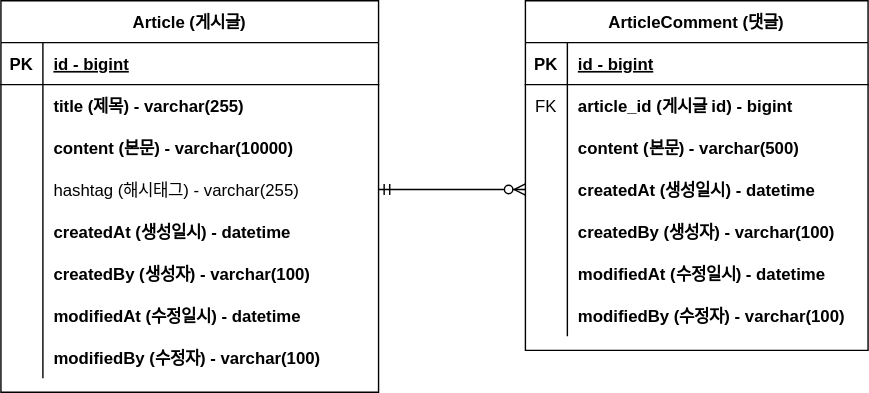
This is document/project-board-erd.svg from woong99/fastcampus-project-board, a draw.io export, as it was before one commit. Source tidied: cells renumbered, new cells last; positions are measured from the earlier drawing's top-left corner, leaving out a move shared by most shapes.
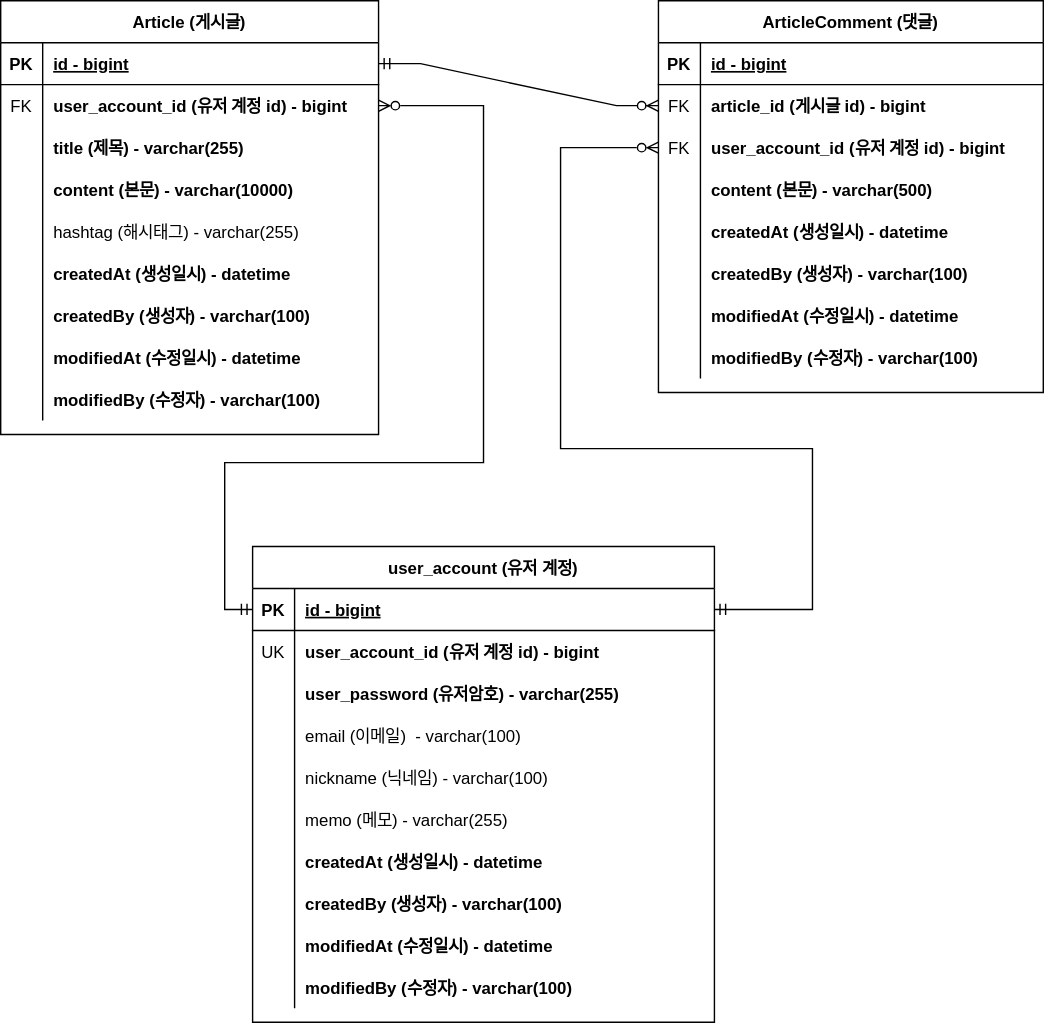
After the change.

Commit message:
#23 - 회원 계정 도메인 구현: project-board-erd.svg 업데이트

What changed in the source:
```diff
@@ -5,3 +5,3 @@
     <mxCell id="2" value="Article (게시글)" style="shape=table;startSize=30;rowLines=0;fontStyle=1;align=center;" parent="1" vertex="1">
-      <mxGeometry width="270" height="280" as="geometry" />
+      <mxGeometry width="270" height="310" as="geometry" />
     </mxCell>
@@ -19,10 +19,19 @@
     </mxCell>
-    <mxCell id="7" style="shape=partialRectangle;fillColor=none;top=0;left=0;bottom=0;right=0;overflow=hidden;" parent="6" vertex="1">
+    <mxCell id="7" value="FK" style="shape=partialRectangle;fillColor=none;top=0;left=0;bottom=0;right=0;overflow=hidden;" parent="6" vertex="1">
       <mxGeometry width="30" height="30" as="geometry" />
     </mxCell>
-    <mxCell id="8" value="title (제목) - varchar(255)" style="shape=partialRectangle;fillColor=none;top=0;left=0;bottom=0;right=0;align=left;spacingLeft=6;overflow=hidden;fontStyle=1;" parent="6" vertex="1">
+    <mxCell id="8" value="user_account_id (유저 계정 id) - bigint" style="shape=partialRectangle;fillColor=none;top=0;left=0;bottom=0;right=0;align=left;spacingLeft=6;overflow=hidden;fontStyle=1;" parent="6" vertex="1">
       <mxGeometry x="30" width="240" height="30" as="geometry" />
     </mxCell>
+    <mxCell id="50" style="shape=tableRow;horizontal=0;startSize=0;swimlaneHead=0;swimlaneBody=0;fillColor=none;top=0;left=0;right=0;bottom=0;" parent="2" vertex="1">
+      <mxGeometry y="90" width="270" height="30" as="geometry" />
+    </mxCell>
+    <mxCell id="51" style="shape=partialRectangle;fillColor=none;top=0;left=0;bottom=0;right=0;overflow=hidden;" parent="50" vertex="1">
+      <mxGeometry width="30" height="30" as="geometry" />
+    </mxCell>
+    <mxCell id="52" value="title (제목) - varchar(255)" style="shape=partialRectangle;fillColor=none;top=0;left=0;bottom=0;right=0;align=left;spacingLeft=6;overflow=hidden;fontStyle=1;" parent="50" vertex="1">
+      <mxGeometry x="30" width="240" height="30" as="geometry" />
+    </mxCell>
     <mxCell id="9" style="shape=tableRow;horizontal=0;startSize=0;swimlaneHead=0;swimlaneBody=0;fillColor=none;top=0;left=0;right=0;bottom=0;" parent="2" vertex="1">
-      <mxGeometry y="90" width="270" height="30" as="geometry" />
+      <mxGeometry y="120" width="270" height="30" as="geometry" />
     </mxCell>
@@ -35,3 +44,3 @@
     <mxCell id="12" style="shape=tableRow;horizontal=0;startSize=0;swimlaneHead=0;swimlaneBody=0;fillColor=none;points=[[0,0.5],[1,0.5]];portConstraint=eastwest;top=0;left=0;right=0;bottom=0;" parent="2" vertex="1">
-      <mxGeometry y="120" width="270" height="30" as="geometry" />
+      <mxGeometry y="150" width="270" height="30" as="geometry" />
     </mxCell>
@@ -44,3 +53,3 @@
     <mxCell id="15" style="shape=tableRow;horizontal=0;startSize=0;swimlaneHead=0;swimlaneBody=0;fillColor=none;top=0;left=0;right=0;bottom=0;" parent="2" vertex="1">
-      <mxGeometry y="150" width="270" height="30" as="geometry" />
+      <mxGeometry y="180" width="270" height="30" as="geometry" />
     </mxCell>
@@ -53,3 +62,3 @@
     <mxCell id="18" style="shape=tableRow;horizontal=0;startSize=0;swimlaneHead=0;swimlaneBody=0;fillColor=none;top=0;left=0;right=0;bottom=0;" parent="2" vertex="1">
-      <mxGeometry y="180" width="270" height="30" as="geometry" />
+      <mxGeometry y="210" width="270" height="30" as="geometry" />
     </mxCell>
@@ -62,3 +71,3 @@
     <mxCell id="21" style="shape=tableRow;horizontal=0;startSize=0;swimlaneHead=0;swimlaneBody=0;fillColor=none;top=0;left=0;right=0;bottom=0;" parent="2" vertex="1">
-      <mxGeometry y="210" width="270" height="30" as="geometry" />
+      <mxGeometry y="240" width="270" height="30" as="geometry" />
     </mxCell>
@@ -71,3 +80,3 @@
     <mxCell id="24" style="shape=tableRow;horizontal=0;startSize=0;swimlaneHead=0;swimlaneBody=0;fillColor=none;top=0;left=0;right=0;bottom=0;" parent="2" vertex="1">
-      <mxGeometry y="240" width="270" height="30" as="geometry" />
+      <mxGeometry y="270" width="270" height="30" as="geometry" />
     </mxCell>
@@ -80,6 +89,6 @@
     <mxCell id="27" value="ArticleComment (댓글)" style="shape=table;startSize=30;rowLines=0;fontStyle=1;align=center;" parent="1" vertex="1">
-      <mxGeometry x="375" width="245" height="250" as="geometry" />
+      <mxGeometry x="470" width="275" height="280" as="geometry" />
     </mxCell>
     <mxCell id="28" style="shape=tableRow;horizontal=0;startSize=0;swimlaneHead=0;swimlaneBody=0;fillColor=none;top=0;left=0;right=0;bottom=1;" parent="27" vertex="1">
-      <mxGeometry y="30" width="245" height="30" as="geometry" />
+      <mxGeometry y="30" width="275" height="30" as="geometry" />
     </mxCell>
@@ -89,6 +98,6 @@
     <mxCell id="30" value="id - bigint" style="shape=partialRectangle;fillColor=none;top=0;left=0;bottom=0;right=0;align=left;spacingLeft=6;fontStyle=5;overflow=hidden;" parent="28" vertex="1">
-      <mxGeometry x="30" width="215" height="30" as="geometry" />
+      <mxGeometry x="30" width="245" height="30" as="geometry" />
     </mxCell>
     <mxCell id="31" style="shape=tableRow;horizontal=0;startSize=0;swimlaneHead=0;swimlaneBody=0;fillColor=none;points=[[0,0.5],[1,0.5]];portConstraint=eastwest;top=0;left=0;right=0;bottom=0;" parent="27" vertex="1">
-      <mxGeometry y="60" width="245" height="30" as="geometry" />
+      <mxGeometry y="60" width="275" height="30" as="geometry" />
     </mxCell>
@@ -98,6 +107,15 @@
     <mxCell id="33" value="article_id (게시글 id) - bigint" style="shape=partialRectangle;fillColor=none;top=0;left=0;bottom=0;right=0;align=left;spacingLeft=6;overflow=hidden;fontStyle=1;" parent="31" vertex="1">
-      <mxGeometry x="30" width="215" height="30" as="geometry" />
+      <mxGeometry x="30" width="245" height="30" as="geometry" />
     </mxCell>
+    <mxCell id="53" style="shape=tableRow;horizontal=0;startSize=0;swimlaneHead=0;swimlaneBody=0;fillColor=none;points=[[0,0.5],[1,0.5]];portConstraint=eastwest;top=0;left=0;right=0;bottom=0;" parent="27" vertex="1">
+      <mxGeometry y="90" width="275" height="30" as="geometry" />
+    </mxCell>
+    <mxCell id="54" value="FK" style="shape=partialRectangle;fillColor=none;top=0;left=0;bottom=0;right=0;overflow=hidden;" parent="53" vertex="1">
+      <mxGeometry width="30" height="30" as="geometry" />
+    </mxCell>
+    <mxCell id="55" value="user_account_id (유저 계정 id) - bigint" style="shape=partialRectangle;fillColor=none;top=0;left=0;bottom=0;right=0;align=left;spacingLeft=6;overflow=hidden;fontStyle=1;" parent="53" vertex="1">
+      <mxGeometry x="30" width="245" height="30" as="geometry" />
+    </mxCell>
     <mxCell id="34" style="shape=tableRow;horizontal=0;startSize=0;swimlaneHead=0;swimlaneBody=0;fillColor=none;top=0;left=0;right=0;bottom=0;" parent="27" vertex="1">
-      <mxGeometry y="90" width="245" height="30" as="geometry" />
+      <mxGeometry y="120" width="275" height="30" as="geometry" />
     </mxCell>
@@ -107,6 +125,6 @@
     <mxCell id="36" value="content (본문) - varchar(500)" style="shape=partialRectangle;fillColor=none;top=0;left=0;bottom=0;right=0;align=left;spacingLeft=6;overflow=hidden;fontStyle=1;" parent="34" vertex="1">
-      <mxGeometry x="30" width="215" height="30" as="geometry" />
+      <mxGeometry x="30" width="245" height="30" as="geometry" />
     </mxCell>
     <mxCell id="37" style="shape=tableRow;horizontal=0;startSize=0;swimlaneHead=0;swimlaneBody=0;fillColor=none;points=[[0,0.5],[1,0.5]];portConstraint=eastwest;top=0;left=0;right=0;bottom=0;" parent="27" vertex="1">
-      <mxGeometry y="120" width="245" height="30" as="geometry" />
+      <mxGeometry y="150" width="275" height="30" as="geometry" />
     </mxCell>
@@ -116,6 +134,6 @@
     <mxCell id="39" value="createdAt (생성일시) - datetime" style="shape=partialRectangle;fillColor=none;top=0;left=0;bottom=0;right=0;align=left;spacingLeft=6;overflow=hidden;fontStyle=1;" parent="37" vertex="1">
-      <mxGeometry x="30" width="215" height="30" as="geometry" />
+      <mxGeometry x="30" width="245" height="30" as="geometry" />
     </mxCell>
     <mxCell id="40" style="shape=tableRow;horizontal=0;startSize=0;swimlaneHead=0;swimlaneBody=0;fillColor=none;top=0;left=0;right=0;bottom=0;" parent="27" vertex="1">
-      <mxGeometry y="150" width="245" height="30" as="geometry" />
+      <mxGeometry y="180" width="275" height="30" as="geometry" />
     </mxCell>
@@ -125,6 +143,6 @@
     <mxCell id="42" value="createdBy (생성자) - varchar(100)" style="shape=partialRectangle;fillColor=none;top=0;left=0;bottom=0;right=0;align=left;spacingLeft=6;overflow=hidden;fontStyle=1;" parent="40" vertex="1">
-      <mxGeometry x="30" width="215" height="30" as="geometry" />
+      <mxGeometry x="30" width="245" height="30" as="geometry" />
     </mxCell>
     <mxCell id="43" style="shape=tableRow;horizontal=0;startSize=0;swimlaneHead=0;swimlaneBody=0;fillColor=none;top=0;left=0;right=0;bottom=0;" parent="27" vertex="1">
-      <mxGeometry y="180" width="245" height="30" as="geometry" />
+      <mxGeometry y="210" width="275" height="30" as="geometry" />
     </mxCell>
@@ -134,6 +152,6 @@
     <mxCell id="45" value="modifiedAt (수정일시) - datetime" style="shape=partialRectangle;fillColor=none;top=0;left=0;bottom=0;right=0;align=left;spacingLeft=6;overflow=hidden;fontStyle=1;" parent="43" vertex="1">
-      <mxGeometry x="30" width="215" height="30" as="geometry" />
+      <mxGeometry x="30" width="245" height="30" as="geometry" />
     </mxCell>
     <mxCell id="46" style="shape=tableRow;horizontal=0;startSize=0;swimlaneHead=0;swimlaneBody=0;fillColor=none;top=0;left=0;right=0;bottom=0;" parent="27" vertex="1">
-      <mxGeometry y="210" width="245" height="30" as="geometry" />
+      <mxGeometry y="240" width="275" height="30" as="geometry" />
     </mxCell>
@@ -143,7 +161,120 @@
     <mxCell id="48" value="modifiedBy (수정자) - varchar(100)" style="shape=partialRectangle;fillColor=none;top=0;left=0;bottom=0;right=0;align=left;spacingLeft=6;overflow=hidden;fontStyle=1;" parent="46" vertex="1">
-      <mxGeometry x="30" width="215" height="30" as="geometry" />
+      <mxGeometry x="30" width="245" height="30" as="geometry" />
     </mxCell>
-    <mxCell id="49" style="edgeStyle=entityRelationEdgeStyle;fontSize=12;html=1;endArrow=ERzeroToMany;startArrow=ERmandOne;rounded=0;exitX=1;exitY=0.5;exitDx=0;exitDy=0;entryX=0;entryY=0.5;entryDx=0;entryDy=0;" parent="1" edge="1" source="12" target="37">
+    <mxCell id="49" style="edgeStyle=entityRelationEdgeStyle;fontSize=12;html=1;endArrow=ERzeroToMany;startArrow=ERmandOne;rounded=0;exitX=1;exitY=0.5;exitDx=0;exitDy=0;entryX=0;entryY=0.5;entryDx=0;entryDy=0;" parent="1" edge="1" source="3" target="31">
       <mxGeometry relative="1" as="geometry" />
     </mxCell>
+    <mxCell id="56" value="user_account (유저 계정)" style="shape=table;startSize=30;rowLines=0;fontStyle=1;align=center;" parent="1" vertex="1">
+      <mxGeometry x="180" y="390" width="330" height="340" as="geometry" />
+    </mxCell>
+    <mxCell id="57" style="shape=tableRow;horizontal=0;startSize=0;swimlaneHead=0;swimlaneBody=0;fillColor=none;points=[[0,0.5],[1,0.5]];portConstraint=eastwest;top=0;left=0;right=0;bottom=1;" parent="56" vertex="1">
+      <mxGeometry y="30" width="330" height="30" as="geometry" />
+    </mxCell>
+    <mxCell id="58" value="PK" style="shape=partialRectangle;fillColor=none;top=0;left=0;bottom=0;right=0;fontStyle=1;overflow=hidden;" parent="57" vertex="1">
+      <mxGeometry width="30" height="30" as="geometry" />
+    </mxCell>
+    <mxCell id="59" value="id - bigint" style="shape=partialRectangle;fillColor=none;top=0;left=0;bottom=0;right=0;align=left;spacingLeft=6;fontStyle=5;overflow=hidden;" parent="57" vertex="1">
+      <mxGeometry x="30" width="300" height="30" as="geometry" />
+    </mxCell>
+    <mxCell id="60" style="shape=tableRow;horizontal=0;startSize=0;swimlaneHead=0;swimlaneBody=0;fillColor=none;top=0;left=0;right=0;bottom=0;" parent="56" vertex="1">
+      <mxGeometry y="60" width="330" height="30" as="geometry" />
+    </mxCell>
+    <mxCell id="61" value="UK" style="shape=partialRectangle;fillColor=none;top=0;left=0;bottom=0;right=0;overflow=hidden;" parent="60" vertex="1">
+      <mxGeometry width="30" height="30" as="geometry" />
+    </mxCell>
+    <mxCell id="62" value="user_account_id (유저 계정 id) - bigint" style="shape=partialRectangle;fillColor=none;top=0;left=0;bottom=0;right=0;align=left;spacingLeft=6;overflow=hidden;fontStyle=1;" parent="60" vertex="1">
+      <mxGeometry x="30" width="300" height="30" as="geometry" />
+    </mxCell>
+    <mxCell id="63" style="shape=tableRow;horizontal=0;startSize=0;swimlaneHead=0;swimlaneBody=0;fillColor=none;top=0;left=0;right=0;bottom=0;" parent="56" vertex="1">
+      <mxGeometry y="90" width="330" height="30" as="geometry" />
+    </mxCell>
+    <mxCell id="64" style="shape=partialRectangle;fillColor=none;top=0;left=0;bottom=0;right=0;overflow=hidden;" parent="63" vertex="1">
+      <mxGeometry width="30" height="30" as="geometry" />
+    </mxCell>
+    <mxCell id="65" value="user_password (유저암호) - varchar(255)" style="shape=partialRectangle;fillColor=none;top=0;left=0;bottom=0;right=0;align=left;spacingLeft=6;overflow=hidden;fontStyle=1;" parent="63" vertex="1">
+      <mxGeometry x="30" width="300" height="30" as="geometry" />
+    </mxCell>
+    <mxCell id="66" style="shape=tableRow;horizontal=0;startSize=0;swimlaneHead=0;swimlaneBody=0;fillColor=none;top=0;left=0;right=0;bottom=0;" parent="56" vertex="1">
+      <mxGeometry y="120" width="330" height="30" as="geometry" />
+    </mxCell>
+    <mxCell id="67" style="shape=partialRectangle;fillColor=none;top=0;left=0;bottom=0;right=0;overflow=hidden;" parent="66" vertex="1">
+      <mxGeometry width="30" height="30" as="geometry" />
+    </mxCell>
+    <mxCell id="68" value="email (이메일)  - varchar(100)" style="shape=partialRectangle;fillColor=none;top=0;left=0;bottom=0;right=0;align=left;spacingLeft=6;overflow=hidden;fontStyle=0;" parent="66" vertex="1">
+      <mxGeometry x="30" width="300" height="30" as="geometry" />
+    </mxCell>
+    <mxCell id="69" style="shape=tableRow;horizontal=0;startSize=0;swimlaneHead=0;swimlaneBody=0;fillColor=none;top=0;left=0;right=0;bottom=0;" parent="56" vertex="1">
+      <mxGeometry y="150" width="330" height="30" as="geometry" />
+    </mxCell>
+    <mxCell id="70" style="shape=partialRectangle;fillColor=none;top=0;left=0;bottom=0;right=0;overflow=hidden;" parent="69" vertex="1">
+      <mxGeometry width="30" height="30" as="geometry" />
+    </mxCell>
+    <mxCell id="71" value="nickname (닉네임) - varchar(100)" style="shape=partialRectangle;fillColor=none;top=0;left=0;bottom=0;right=0;align=left;spacingLeft=6;overflow=hidden;" parent="69" vertex="1">
+      <mxGeometry x="30" width="300" height="30" as="geometry" />
+    </mxCell>
+    <mxCell id="72" style="shape=tableRow;horizontal=0;startSize=0;swimlaneHead=0;swimlaneBody=0;fillColor=none;top=0;left=0;right=0;bottom=0;" parent="56" vertex="1">
+      <mxGeometry y="180" width="330" height="30" as="geometry" />
+    </mxCell>
+    <mxCell id="73" style="shape=partialRectangle;fillColor=none;top=0;left=0;bottom=0;right=0;overflow=hidden;" parent="72" vertex="1">
+      <mxGeometry width="30" height="30" as="geometry" />
+    </mxCell>
+    <mxCell id="74" value="memo (메모) - varchar(255)" style="shape=partialRectangle;fillColor=none;top=0;left=0;bottom=0;right=0;align=left;spacingLeft=6;overflow=hidden;fontStyle=0;" parent="72" vertex="1">
+      <mxGeometry x="30" width="300" height="30" as="geometry" />
+    </mxCell>
+    <mxCell id="75" style="shape=tableRow;horizontal=0;startSize=0;swimlaneHead=0;swimlaneBody=0;fillColor=none;top=0;left=0;right=0;bottom=0;" parent="56" vertex="1">
+      <mxGeometry y="210" width="330" height="30" as="geometry" />
+    </mxCell>
+    <mxCell id="76" style="shape=partialRectangle;fillColor=none;top=0;left=0;bottom=0;right=0;overflow=hidden;" parent="75" vertex="1">
+      <mxGeometry width="30" height="30" as="geometry" />
+    </mxCell>
+    <mxCell id="77" value="createdAt (생성일시) - datetime" style="shape=partialRectangle;fillColor=none;top=0;left=0;bottom=0;right=0;align=left;spacingLeft=6;overflow=hidden;fontStyle=1;" parent="75" vertex="1">
+      <mxGeometry x="30" width="300" height="30" as="geometry" />
+    </mxCell>
+    <mxCell id="78" style="shape=tableRow;horizontal=0;startSize=0;swimlaneHead=0;swimlaneBody=0;fillColor=none;top=0;left=0;right=0;bottom=0;" parent="56" vertex="1">
+      <mxGeometry y="240" width="330" height="30" as="geometry" />
+    </mxCell>
+    <mxCell id="79" style="shape=partialRectangle;fillColor=none;top=0;left=0;bottom=0;right=0;overflow=hidden;" parent="78" vertex="1">
+      <mxGeometry width="30" height="30" as="geometry" />
+    </mxCell>
+    <mxCell id="80" value="createdBy (생성자) - varchar(100)" style="shape=partialRectangle;fillColor=none;top=0;left=0;bottom=0;right=0;align=left;spacingLeft=6;overflow=hidden;fontStyle=1;" parent="78" vertex="1">
+      <mxGeometry x="30" width="300" height="30" as="geometry" />
+    </mxCell>
+    <mxCell id="81" style="shape=tableRow;horizontal=0;startSize=0;swimlaneHead=0;swimlaneBody=0;fillColor=none;top=0;left=0;right=0;bottom=0;" parent="56" vertex="1">
+      <mxGeometry y="270" width="330" height="30" as="geometry" />
+    </mxCell>
+    <mxCell id="82" style="shape=partialRectangle;fillColor=none;top=0;left=0;bottom=0;right=0;overflow=hidden;" parent="81" vertex="1">
+      <mxGeometry width="30" height="30" as="geometry" />
+    </mxCell>
+    <mxCell id="83" value="modifiedAt (수정일시) - datetime" style="shape=partialRectangle;fillColor=none;top=0;left=0;bottom=0;right=0;align=left;spacingLeft=6;overflow=hidden;fontStyle=1;" parent="81" vertex="1">
+      <mxGeometry x="30" width="300" height="30" as="geometry" />
+    </mxCell>
+    <mxCell id="84" style="shape=tableRow;horizontal=0;startSize=0;swimlaneHead=0;swimlaneBody=0;fillColor=none;top=0;left=0;right=0;bottom=0;" parent="56" vertex="1">
+      <mxGeometry y="300" width="330" height="30" as="geometry" />
+    </mxCell>
+    <mxCell id="85" style="shape=partialRectangle;fillColor=none;top=0;left=0;bottom=0;right=0;overflow=hidden;" parent="84" vertex="1">
+      <mxGeometry width="30" height="30" as="geometry" />
+    </mxCell>
+    <mxCell id="86" value="modifiedBy (수정자) - varchar(100)" style="shape=partialRectangle;fillColor=none;top=0;left=0;bottom=0;right=0;align=left;spacingLeft=6;overflow=hidden;fontStyle=1;" parent="84" vertex="1">
+      <mxGeometry x="30" width="300" height="30" as="geometry" />
+    </mxCell>
+    <mxCell id="87" style="edgeStyle=orthogonalEdgeStyle;rounded=0;jettySize=auto;html=1;exitX=0;exitY=0.5;exitDx=0;exitDy=0;entryX=1;entryY=0.5;entryDx=0;entryDy=0;endArrow=ERzeroToMany;endFill=0;startArrow=ERmandOne;startFill=0;" parent="1" edge="1" source="57" target="6">
+      <mxGeometry relative="1" as="geometry">
+        <Array as="points">
+          <mxPoint x="160" y="435" />
+          <mxPoint x="160" y="330" />
+          <mxPoint x="345" y="330" />
+          <mxPoint x="345" y="75" />
+        </Array>
+      </mxGeometry>
+    </mxCell>
+    <mxCell id="88" style="edgeStyle=orthogonalEdgeStyle;rounded=0;jettySize=auto;html=1;exitX=1;exitY=0.5;exitDx=0;exitDy=0;entryX=0;entryY=0.5;entryDx=0;entryDy=0;startArrow=ERmandOne;startFill=0;endArrow=ERzeroToMany;endFill=0;" parent="1" edge="1" source="57" target="53">
+      <mxGeometry relative="1" as="geometry">
+        <Array as="points">
+          <mxPoint x="580" y="435" />
+          <mxPoint x="580" y="320" />
+          <mxPoint x="400" y="320" />
+          <mxPoint x="400" y="105" />
+        </Array>
+      </mxGeometry>
+    </mxCell>
   </root>
```
